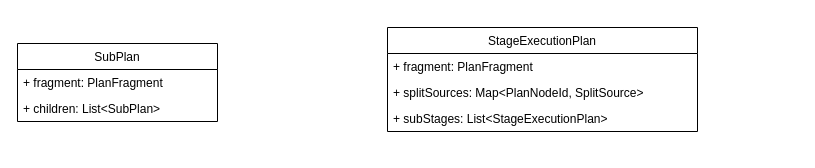
Earlier version of the draw.io diagram presto-scheduler.drawio (chuanjian666/drawio). Source tidied: cells renumbered, new cells numbered last; positions are measured from the earlier drawing's top-left corner, leaving out a move shared by most shapes. Both pictures are drawn from the tidied source at 100%, with x=0, y=0 at pixel (17, 27).
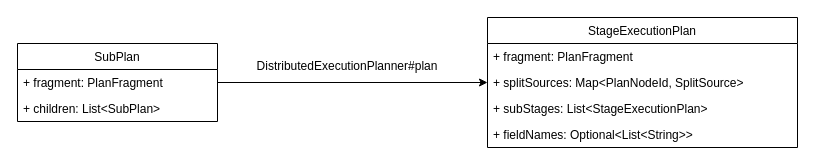
The same page after the edit.

What changed in the source:
```diff
@@
 <mxGraphModel>
   <root>
     <mxCell id="0" />
     <mxCell id="1" parent="0" />
     <mxCell id="2" value="SubPlan" style="swimlane;fontStyle=0;horizontal=1;startSize=26;fillColor=none;" parent="1" vertex="1">
       <mxGeometry y="16" width="200" height="78" as="geometry" />
     </mxCell>
     <mxCell id="3" value="+ fragment: PlanFragment" style="text;strokeColor=none;fillColor=none;align=left;verticalAlign=top;spacingLeft=4;spacingRight=4;overflow=hidden;points=[[0,0.5],[1,0.5]];portConstraint=eastwest;" parent="2" vertex="1">
       <mxGeometry y="26" width="200" height="26" as="geometry" />
     </mxCell>
     <mxCell id="4" value="+ children: List&lt;SubPlan&gt;" style="text;strokeColor=none;fillColor=none;align=left;verticalAlign=top;spacingLeft=4;spacingRight=4;overflow=hidden;" parent="2" vertex="1">
       <mxGeometry y="52" width="200" height="26" as="geometry" />
     </mxCell>
     <mxCell id="5" value="StageExecutionPlan" style="swimlane;fontStyle=0;horizontal=1;startSize=26;fillColor=none;" parent="1" vertex="1">
-      <mxGeometry x="370" width="310" height="104" as="geometry" />
+      <mxGeometry x="470" y="-10" width="310" height="130" as="geometry" />
     </mxCell>
     <mxCell id="6" value="+ fragment: PlanFragment&#10;" style="text;strokeColor=none;fillColor=none;align=left;verticalAlign=top;spacingLeft=4;spacingRight=4;overflow=hidden;" parent="5" vertex="1">
       <mxGeometry y="26" width="310" height="26" as="geometry" />
     </mxCell>
     <mxCell id="7" value="+ splitSources: Map&lt;PlanNodeId, SplitSource&gt;" style="text;strokeColor=none;fillColor=none;align=left;verticalAlign=top;spacingLeft=4;spacingRight=4;overflow=hidden;points=[[0,0.5],[1,0.5]];portConstraint=eastwest;" parent="5" vertex="1">
       <mxGeometry y="52" width="310" height="26" as="geometry" />
     </mxCell>
-    <mxCell id="8" value="+ subStages: List&lt;StageExecutionPlan&gt;&#10;" style="text;strokeColor=none;fillColor=none;align=left;verticalAlign=top;spacingLeft=4;spacingRight=4;overflow=hidden;" parent="5" vertex="1">
+    <mxCell id="8" value="+ subStages: List&lt;StageExecutionPlan&gt;&#10;&#10;&#10;" style="text;strokeColor=none;fillColor=none;align=left;verticalAlign=top;spacingLeft=4;spacingRight=4;overflow=hidden;" parent="5" vertex="1">
       <mxGeometry y="78" width="310" height="26" as="geometry" />
     </mxCell>
+    <mxCell id="9" value="+ fieldNames: Optional&lt;List&lt;String&gt;&gt;&#10;&#10;&#10;" style="text;strokeColor=none;fillColor=none;align=left;verticalAlign=top;spacingLeft=4;spacingRight=4;overflow=hidden;" parent="5" vertex="1">
+      <mxGeometry y="104" width="310" height="26" as="geometry" />
+    </mxCell>
+    <mxCell id="10" style="edgeStyle=orthogonalEdgeStyle;rounded=0;jettySize=auto;html=1;exitX=1;exitY=0.5;exitDx=0;exitDy=0;entryX=0;entryY=0.5;entryDx=0;entryDy=0;" parent="1" edge="1" source="3" target="7">
+      <mxGeometry relative="1" as="geometry" />
+    </mxCell>
+    <mxCell id="11" value="DistributedExecutionPlanner#plan" style="text;html=1;strokeColor=none;fillColor=none;align=center;verticalAlign=middle;whiteSpace=wrap;rounded=0;" parent="1" vertex="1">
+      <mxGeometry x="190" y="29" width="280" height="20" as="geometry" />
+    </mxCell>
   </root>
 </mxGraphModel>
```
